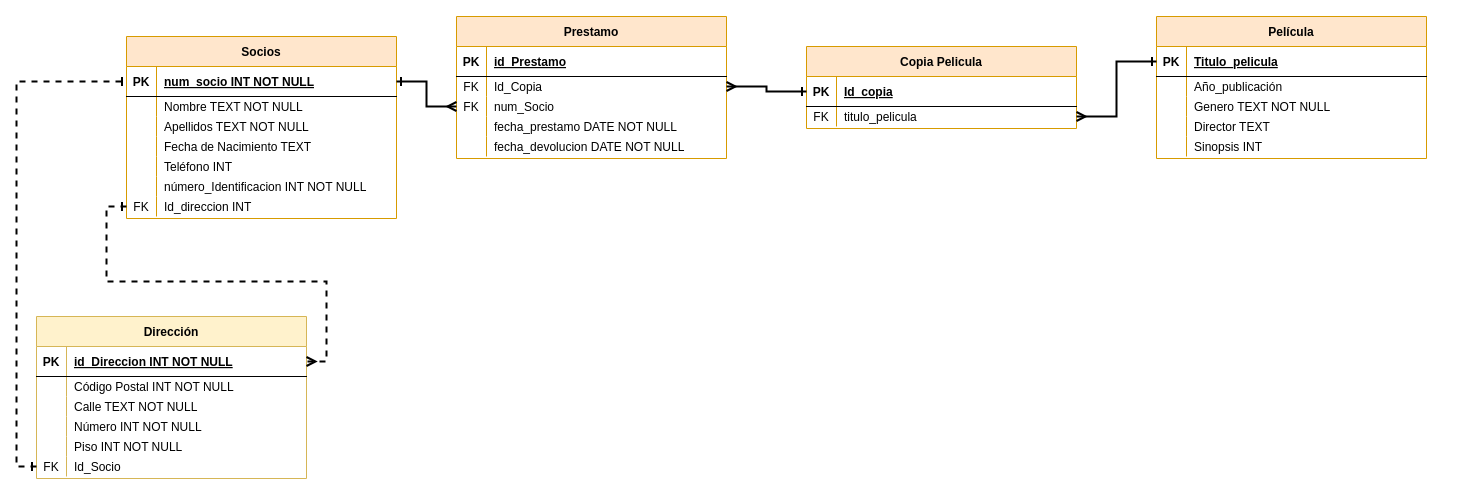
Above: Practica_SQL_AGGA.drawioXML.drawio in agavgar/Pr-ctica_SQL_AGGA (draw.io), before the change. Source tidied: cells renumbered, new cells numbered last; positions are measured from the earlier drawing's top-left corner, leaving out a move shared by most shapes. Both pictures are drawn from the tidied source at 100%, with x=0, y=0 at pixel (36, 16).
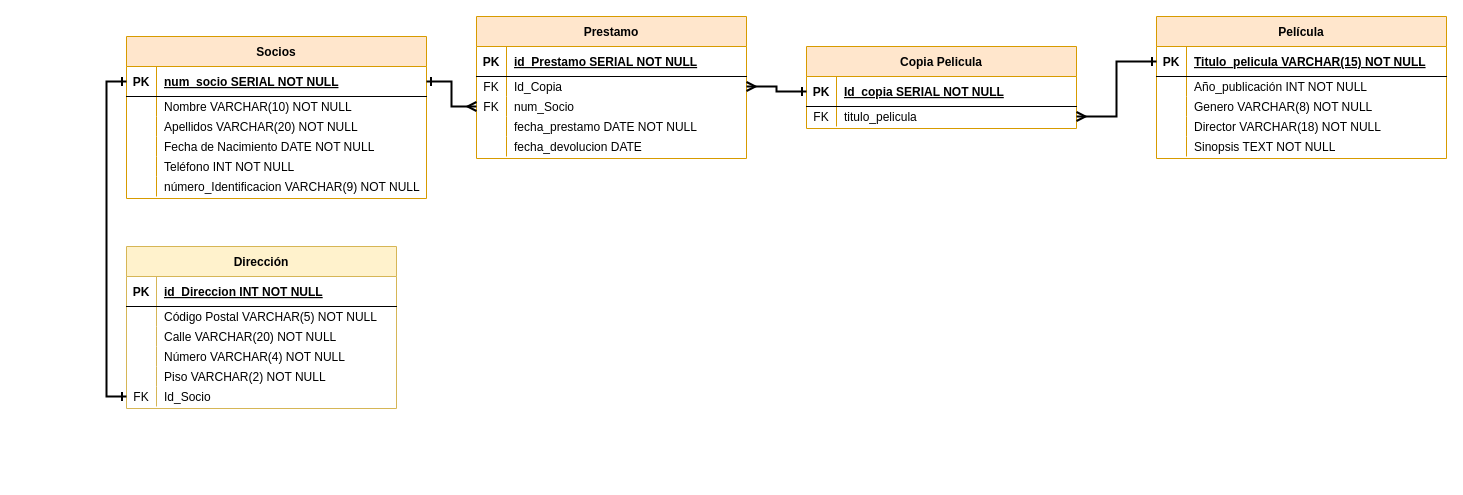
The same page after the edit.

Unchanged cells that the change refers to:
```xml
<mxCell id="41" style="shape=partialRectangle;fillColor=none;points=[[0,0.5],[1,0.5]];portConstraint=eastwest;top=0;left=0;right=0;bottom=1;" parent="40" vertex="1">
  <mxGeometry y="30" width="270" height="30" as="geometry" />
</mxCell>
<mxCell id="48" style="shape=partialRectangle;fillColor=none;top=0;left=0;right=0;bottom=1;" parent="47" vertex="1">
  <mxGeometry y="30" width="270" height="30" as="geometry" />
</mxCell>
<mxCell id="60" style="shape=partialRectangle;fillColor=none;top=0;left=0;right=0;bottom=0;" parent="47" vertex="1">
  <mxGeometry y="120" width="270" height="20" as="geometry" />
</mxCell>
<mxCell id="67" style="shape=partialRectangle;fillColor=none;points=[[0,0.5],[1,0.5]];portConstraint=eastwest;top=0;left=0;right=0;bottom=1;" parent="66" vertex="1">
  <mxGeometry y="30" width="270" height="30" as="geometry" />
</mxCell>
<mxCell id="70" style="shape=partialRectangle;fillColor=none;top=0;left=0;right=0;bottom=0;" parent="66" vertex="1">
  <mxGeometry y="60" width="270" height="20" as="geometry" />
</mxCell>
<mxCell id="73" style="shape=partialRectangle;fillColor=none;top=0;left=0;right=0;bottom=0;" parent="66" vertex="1">
  <mxGeometry y="80" width="270" height="20" as="geometry" />
</mxCell>
<mxCell id="76" style="shape=partialRectangle;fillColor=none;top=0;left=0;right=0;bottom=0;" parent="66" vertex="1">
  <mxGeometry y="100" width="270" height="20" as="geometry" />
</mxCell>
<mxCell id="79" style="shape=partialRectangle;fillColor=none;top=0;left=0;right=0;bottom=0;" parent="66" vertex="1">
  <mxGeometry y="120" width="270" height="20" as="geometry" />
</mxCell>
<mxCell id="82" style="shape=partialRectangle;fillColor=none;points=[[0,0.5],[1,0.5]];portConstraint=eastwest;top=0;left=0;right=0;bottom=0;" parent="66" vertex="1">
  <mxGeometry y="140" width="270" height="20" as="geometry" />
</mxCell>
```

Diff of the diagram source:
```diff
@@
     <mxCell id="2" value="Socios" style="shape=table;startSize=30;childLayout=tableLayout;rowLines=0;fontStyle=1;align=center;fillColor=#ffe6cc;strokeColor=#d79b00;" parent="1" vertex="1">
-      <mxGeometry x="90" y="20" width="270" height="182" as="geometry" />
+      <mxGeometry x="90" y="20" width="300" height="162" as="geometry" />
     </mxCell>
     <mxCell id="3" style="shape=partialRectangle;fillColor=none;points=[[0,0.5],[1,0.5]];portConstraint=eastwest;top=0;left=0;right=0;bottom=1;" parent="2" vertex="1">
-      <mxGeometry y="30" width="270" height="30" as="geometry" />
+      <mxGeometry y="30" width="300" height="30" as="geometry" />
     </mxCell>
@@
-    <mxCell id="5" value="num_socio INT NOT NULL" style="shape=partialRectangle;overflow=hidden;fillColor=none;top=0;left=0;bottom=0;right=0;align=left;spacingLeft=6;fontStyle=5;" parent="3" vertex="1">
-      <mxGeometry x="30" width="240" height="30" as="geometry" />
+    <mxCell id="5" value="num_socio SERIAL NOT NULL" style="shape=partialRectangle;overflow=hidden;fillColor=none;top=0;left=0;bottom=0;right=0;align=left;spacingLeft=6;fontStyle=5;" parent="3" vertex="1">
+      <mxGeometry x="30" width="270" height="30" as="geometry" />
     </mxCell>
     <mxCell id="6" style="shape=partialRectangle;fillColor=none;top=0;left=0;right=0;bottom=0;" parent="2" vertex="1">
-      <mxGeometry y="60" width="270" height="20" as="geometry" />
+      <mxGeometry y="60" width="300" height="20" as="geometry" />
     </mxCell>
@@
-    <mxCell id="8" value="Nombre TEXT NOT NULL" style="shape=partialRectangle;overflow=hidden;fillColor=none;top=0;left=0;bottom=0;right=0;align=left;spacingLeft=6;" parent="6" vertex="1">
-      <mxGeometry x="30" width="240" height="20" as="geometry" />
+    <mxCell id="8" value="Nombre VARCHAR(10) NOT NULL" style="shape=partialRectangle;overflow=hidden;fillColor=none;top=0;left=0;bottom=0;right=0;align=left;spacingLeft=6;" parent="6" vertex="1">
+      <mxGeometry x="30" width="270" height="20" as="geometry" />
     </mxCell>
     <mxCell id="9" style="shape=partialRectangle;fillColor=none;top=0;left=0;right=0;bottom=0;" parent="2" vertex="1">
-      <mxGeometry y="80" width="270" height="20" as="geometry" />
+      <mxGeometry y="80" width="300" height="20" as="geometry" />
     </mxCell>
@@
-    <mxCell id="11" value="Apellidos TEXT NOT NULL" style="shape=partialRectangle;overflow=hidden;fillColor=none;top=0;left=0;bottom=0;right=0;align=left;spacingLeft=6;" parent="9" vertex="1">
-      <mxGeometry x="30" width="240" height="20" as="geometry" />
+    <mxCell id="11" value="Apellidos VARCHAR(20) NOT NULL" style="shape=partialRectangle;overflow=hidden;fillColor=none;top=0;left=0;bottom=0;right=0;align=left;spacingLeft=6;" parent="9" vertex="1">
+      <mxGeometry x="30" width="270" height="20" as="geometry" />
     </mxCell>
     <mxCell id="12" style="shape=partialRectangle;fillColor=none;top=0;left=0;right=0;bottom=0;" parent="2" vertex="1">
-      <mxGeometry y="100" width="270" height="20" as="geometry" />
+      <mxGeometry y="100" width="300" height="20" as="geometry" />
     </mxCell>
@@
-    <mxCell id="14" value="Fecha de Nacimiento TEXT" style="shape=partialRectangle;overflow=hidden;fillColor=none;top=0;left=0;bottom=0;right=0;align=left;spacingLeft=6;" parent="12" vertex="1">
-      <mxGeometry x="30" width="240" height="20" as="geometry" />
+    <mxCell id="14" value="Fecha de Nacimiento DATE NOT NULL" style="shape=partialRectangle;overflow=hidden;fillColor=none;top=0;left=0;bottom=0;right=0;align=left;spacingLeft=6;" parent="12" vertex="1">
+      <mxGeometry x="30" width="270" height="20" as="geometry" />
     </mxCell>
     <mxCell id="15" style="shape=partialRectangle;fillColor=none;top=0;left=0;right=0;bottom=0;" parent="2" vertex="1">
-      <mxGeometry y="120" width="270" height="20" as="geometry" />
+      <mxGeometry y="120" width="300" height="20" as="geometry" />
     </mxCell>
@@
-    <mxCell id="17" value="Teléfono INT" style="shape=partialRectangle;overflow=hidden;fillColor=none;top=0;left=0;bottom=0;right=0;align=left;spacingLeft=6;" parent="15" vertex="1">
-      <mxGeometry x="30" width="240" height="20" as="geometry" />
+    <mxCell id="17" value="Teléfono INT NOT NULL" style="shape=partialRectangle;overflow=hidden;fillColor=none;top=0;left=0;bottom=0;right=0;align=left;spacingLeft=6;" parent="15" vertex="1">
+      <mxGeometry x="30" width="270" height="20" as="geometry" />
     </mxCell>
     <mxCell id="18" style="shape=partialRectangle;fillColor=none;top=0;left=0;right=0;bottom=0;" parent="2" vertex="1">
-      <mxGeometry y="140" width="270" height="20" as="geometry" />
+      <mxGeometry y="140" width="300" height="20" as="geometry" />
     </mxCell>
@@
-    <mxCell id="20" value="número_Identificacion INT NOT NULL" style="shape=partialRectangle;overflow=hidden;fillColor=none;top=0;left=0;bottom=0;right=0;align=left;spacingLeft=6;" parent="18" vertex="1">
-      <mxGeometry x="30" width="240" height="20" as="geometry" />
+    <mxCell id="20" value="número_Identificacion VARCHAR(9) NOT NULL" style="shape=partialRectangle;overflow=hidden;fillColor=none;top=0;left=0;bottom=0;right=0;align=left;spacingLeft=6;" parent="18" vertex="1">
+      <mxGeometry x="30" width="270" height="20" as="geometry" />
     </mxCell>
-    <mxCell id="21" style="shape=partialRectangle;fillColor=none;points=[[0,0.5],[1,0.5]];portConstraint=eastwest;top=0;left=0;right=0;bottom=0;" parent="2" vertex="1">
-      <mxGeometry y="160" width="270" height="20" as="geometry" />
-    </mxCell>
-    <mxCell id="22" value="FK" style="shape=partialRectangle;overflow=hidden;fillColor=none;top=0;left=0;bottom=0;right=0;" parent="21" vertex="1">
-      <mxGeometry width="30" height="20" as="geometry" />
-    </mxCell>
-    <mxCell id="23" value="Id_direccion INT" style="shape=partialRectangle;overflow=hidden;fillColor=none;top=0;left=0;bottom=0;right=0;align=left;spacingLeft=6;" parent="21" vertex="1">
-      <mxGeometry x="30" width="240" height="20" as="geometry" />
-    </mxCell>
     <mxCell id="24" value="Película" style="shape=table;startSize=30;childLayout=tableLayout;rowLines=0;fontStyle=1;align=center;fillColor=#ffe6cc;strokeColor=#d79b00;" parent="1" vertex="1">
-      <mxGeometry x="1120" width="270" height="142" as="geometry" />
+      <mxGeometry x="1120" width="290" height="142" as="geometry" />
     </mxCell>
     <mxCell id="25" style="shape=partialRectangle;fillColor=none;points=[[0,0.5],[1,0.5]];portConstraint=eastwest;top=0;left=0;right=0;bottom=1;" parent="24" vertex="1">
-      <mxGeometry y="30" width="270" height="30" as="geometry" />
+      <mxGeometry y="30" width="290" height="30" as="geometry" />
     </mxCell>
@@
-    <mxCell id="27" value="Titulo_pelicula" style="shape=partialRectangle;overflow=hidden;fillColor=none;top=0;left=0;bottom=0;right=0;align=left;spacingLeft=6;fontStyle=5;" parent="25" vertex="1">
-      <mxGeometry x="30" width="240" height="30" as="geometry" />
+    <mxCell id="27" value="Titulo_pelicula VARCHAR(15) NOT NULL" style="shape=partialRectangle;overflow=hidden;fillColor=none;top=0;left=0;bottom=0;right=0;align=left;spacingLeft=6;fontStyle=5;" parent="25" vertex="1">
+      <mxGeometry x="30" width="260" height="30" as="geometry" />
     </mxCell>
     <mxCell id="28" style="shape=partialRectangle;fillColor=none;top=0;left=0;right=0;bottom=0;" parent="24" vertex="1">
-      <mxGeometry y="60" width="270" height="20" as="geometry" />
+      <mxGeometry y="60" width="290" height="20" as="geometry" />
     </mxCell>
@@
-    <mxCell id="30" value="Año_publicación" style="shape=partialRectangle;overflow=hidden;fillColor=none;top=0;left=0;bottom=0;right=0;align=left;spacingLeft=6;" parent="28" vertex="1">
-      <mxGeometry x="30" width="240" height="20" as="geometry" />
+    <mxCell id="30" value="Año_publicación INT NOT NULL" style="shape=partialRectangle;overflow=hidden;fillColor=none;top=0;left=0;bottom=0;right=0;align=left;spacingLeft=6;" parent="28" vertex="1">
+      <mxGeometry x="30" width="260" height="20" as="geometry" />
     </mxCell>
     <mxCell id="31" style="shape=partialRectangle;fillColor=none;top=0;left=0;right=0;bottom=0;" parent="24" vertex="1">
-      <mxGeometry y="80" width="270" height="20" as="geometry" />
+      <mxGeometry y="80" width="290" height="20" as="geometry" />
     </mxCell>
@@
-    <mxCell id="33" value="Genero TEXT NOT NULL" style="shape=partialRectangle;overflow=hidden;fillColor=none;top=0;left=0;bottom=0;right=0;align=left;spacingLeft=6;" parent="31" vertex="1">
-      <mxGeometry x="30" width="240" height="20" as="geometry" />
+    <mxCell id="33" value="Genero VARCHAR(8) NOT NULL" style="shape=partialRectangle;overflow=hidden;fillColor=none;top=0;left=0;bottom=0;right=0;align=left;spacingLeft=6;" parent="31" vertex="1">
+      <mxGeometry x="30" width="260" height="20" as="geometry" />
     </mxCell>
     <mxCell id="34" style="shape=partialRectangle;fillColor=none;top=0;left=0;right=0;bottom=0;" parent="24" vertex="1">
-      <mxGeometry y="100" width="270" height="20" as="geometry" />
+      <mxGeometry y="100" width="290" height="20" as="geometry" />
     </mxCell>
@@
-    <mxCell id="36" value="Director TEXT" style="shape=partialRectangle;overflow=hidden;fillColor=none;top=0;left=0;bottom=0;right=0;align=left;spacingLeft=6;" parent="34" vertex="1">
-      <mxGeometry x="30" width="240" height="20" as="geometry" />
+    <mxCell id="36" value="Director VARCHAR(18) NOT NULL" style="shape=partialRectangle;overflow=hidden;fillColor=none;top=0;left=0;bottom=0;right=0;align=left;spacingLeft=6;" parent="34" vertex="1">
+      <mxGeometry x="30" width="260" height="20" as="geometry" />
     </mxCell>
     <mxCell id="37" style="shape=partialRectangle;fillColor=none;top=0;left=0;right=0;bottom=0;" parent="24" vertex="1">
-      <mxGeometry y="120" width="270" height="20" as="geometry" />
+      <mxGeometry y="120" width="290" height="20" as="geometry" />
     </mxCell>
@@
-    <mxCell id="39" value="Sinopsis INT" style="shape=partialRectangle;overflow=hidden;fillColor=none;top=0;left=0;bottom=0;right=0;align=left;spacingLeft=6;" parent="37" vertex="1">
-      <mxGeometry x="30" width="240" height="20" as="geometry" />
+    <mxCell id="39" value="Sinopsis TEXT NOT NULL" style="shape=partialRectangle;overflow=hidden;fillColor=none;top=0;left=0;bottom=0;right=0;align=left;spacingLeft=6;" parent="37" vertex="1">
+      <mxGeometry x="30" width="260" height="20" as="geometry" />
     </mxCell>
@@
-    <mxCell id="43" value="Id_copia" style="shape=partialRectangle;overflow=hidden;fillColor=none;top=0;left=0;bottom=0;right=0;align=left;spacingLeft=6;fontStyle=5;" parent="41" vertex="1">
+    <mxCell id="43" value="Id_copia SERIAL NOT NULL" style="shape=partialRectangle;overflow=hidden;fillColor=none;top=0;left=0;bottom=0;right=0;align=left;spacingLeft=6;fontStyle=5;" parent="41" vertex="1">
       <mxGeometry x="30" width="240" height="30" as="geometry" />
     </mxCell>
@@
     <mxCell id="47" value="Prestamo" style="shape=table;startSize=30;childLayout=tableLayout;rowLines=0;fontStyle=1;align=center;fillColor=#ffe6cc;strokeColor=#d79b00;" parent="1" vertex="1">
-      <mxGeometry x="420" width="270" height="142" as="geometry" />
+      <mxGeometry x="440" width="270" height="142" as="geometry" />
     </mxCell>
@@
-    <mxCell id="50" value="id_Prestamo" style="shape=partialRectangle;overflow=hidden;fillColor=none;top=0;left=0;bottom=0;right=0;align=left;spacingLeft=6;fontStyle=5;" parent="48" vertex="1">
+    <mxCell id="50" value="id_Prestamo SERIAL NOT NULL" style="shape=partialRectangle;overflow=hidden;fillColor=none;top=0;left=0;bottom=0;right=0;align=left;spacingLeft=6;fontStyle=5;" parent="48" vertex="1">
       <mxGeometry x="30" width="240" height="30" as="geometry" />
     </mxCell>
@@
-    <mxCell id="62" value="fecha_devolucion DATE NOT NULL" style="shape=partialRectangle;overflow=hidden;fillColor=none;top=0;left=0;bottom=0;right=0;align=left;spacingLeft=6;" parent="60" vertex="1">
+    <mxCell id="62" value="fecha_devolucion DATE" style="shape=partialRectangle;overflow=hidden;fillColor=none;top=0;left=0;bottom=0;right=0;align=left;spacingLeft=6;" parent="60" vertex="1">
       <mxGeometry x="30" width="240" height="20" as="geometry" />
     </mxCell>
@@
     <mxCell id="66" value="Dirección" style="shape=table;startSize=30;childLayout=tableLayout;rowLines=0;fontStyle=1;align=center;fillColor=#fff2cc;strokeColor=#d6b656;" parent="1" vertex="1">
-      <mxGeometry y="300" width="270" height="162" as="geometry" />
+      <mxGeometry x="90" y="230" width="270" height="162" as="geometry" />
     </mxCell>
@@
-    <mxCell id="72" value="Código Postal INT NOT NULL" style="shape=partialRectangle;overflow=hidden;fillColor=none;top=0;left=0;bottom=0;right=0;align=left;spacingLeft=6;" parent="70" vertex="1">
+    <mxCell id="72" value="Código Postal VARCHAR(5) NOT NULL" style="shape=partialRectangle;overflow=hidden;fillColor=none;top=0;left=0;bottom=0;right=0;align=left;spacingLeft=6;" parent="70" vertex="1">
       <mxGeometry x="30" width="240" height="20" as="geometry" />
     </mxCell>
@@
-    <mxCell id="75" value="Calle TEXT NOT NULL" style="shape=partialRectangle;overflow=hidden;fillColor=none;top=0;left=0;bottom=0;right=0;align=left;spacingLeft=6;" parent="73" vertex="1">
+    <mxCell id="75" value="Calle VARCHAR(20) NOT NULL" style="shape=partialRectangle;overflow=hidden;fillColor=none;top=0;left=0;bottom=0;right=0;align=left;spacingLeft=6;" parent="73" vertex="1">
       <mxGeometry x="30" width="240" height="20" as="geometry" />
     </mxCell>
@@
-    <mxCell id="78" value="Número INT NOT NULL" style="shape=partialRectangle;overflow=hidden;fillColor=none;top=0;left=0;bottom=0;right=0;align=left;spacingLeft=6;" parent="76" vertex="1">
+    <mxCell id="78" value="Número VARCHAR(4) NOT NULL" style="shape=partialRectangle;overflow=hidden;fillColor=none;top=0;left=0;bottom=0;right=0;align=left;spacingLeft=6;" parent="76" vertex="1">
       <mxGeometry x="30" width="240" height="20" as="geometry" />
     </mxCell>
@@
-    <mxCell id="81" value="Piso INT NOT NULL" style="shape=partialRectangle;overflow=hidden;fillColor=none;top=0;left=0;bottom=0;right=0;align=left;spacingLeft=6;" parent="79" vertex="1">
+    <mxCell id="81" value="Piso VARCHAR(2) NOT NULL" style="shape=partialRectangle;overflow=hidden;fillColor=none;top=0;left=0;bottom=0;right=0;align=left;spacingLeft=6;" parent="79" vertex="1">
       <mxGeometry x="30" width="240" height="20" as="geometry" />
     </mxCell>
@@
-    <mxCell id="85" style="edgeStyle=orthogonalEdgeStyle;rounded=0;jettySize=auto;html=1;exitX=0;exitY=0.5;exitDx=0;exitDy=0;endArrow=ERmany;endFill=0;startArrow=ERone;startFill=0;strokeWidth=2;dashed=1;" parent="1" edge="1" source="21" target="67">
-      <mxGeometry relative="1" as="geometry" />
-    </mxCell>
-    <mxCell id="86" style="edgeStyle=orthogonalEdgeStyle;rounded=0;jettySize=auto;html=1;exitX=0;exitY=0.5;exitDx=0;exitDy=0;entryX=0;entryY=0.5;entryDx=0;entryDy=0;dashed=1;strokeWidth=2;endArrow=ERone;endFill=0;startArrow=ERone;startFill=0;" parent="1" edge="1" source="82" target="3">
+    <mxCell id="86" style="edgeStyle=orthogonalEdgeStyle;rounded=0;jettySize=auto;html=1;exitX=0;exitY=0.5;exitDx=0;exitDy=0;entryX=0;entryY=0.5;entryDx=0;entryDy=0;strokeWidth=2;endArrow=ERone;endFill=0;startArrow=ERone;startFill=0;" parent="1" edge="1" source="82" target="3">
       <mxGeometry relative="1" as="geometry" />
     </mxCell>
```
